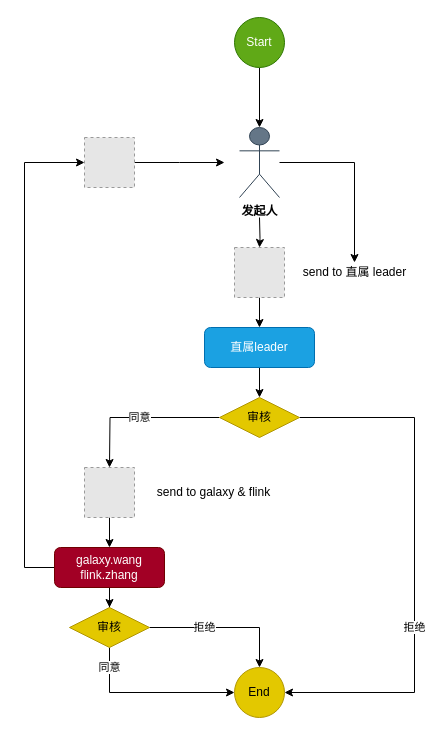
zhangyuanyin/flowchar_public keeps this draw.io diagram as test.drawio. Above is the earlier version. Source tidied: cells renumbered, new cells numbered last; positions are measured from the earlier drawing's top-left corner, leaving out a move shared by most shapes. Both pictures are drawn from the tidied source at 100%, with x=0, y=0 at pixel (24, 17). Pictures stored in the file or linked from it are replaced by grey dashed boxes.
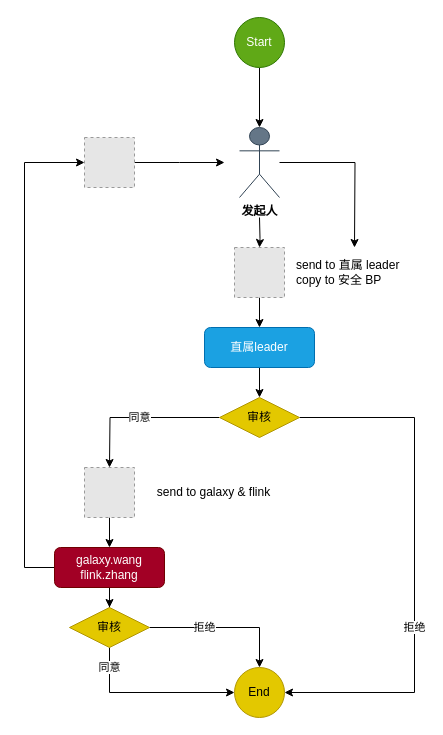
The same diagram, later.

Unchanged cells that the change refers to:
```xml
<mxCell id="7" value="&lt;b&gt;&lt;font color=&quot;#000000&quot;&gt;发起人&lt;/font&gt;&lt;/b&gt;" style="shape=umlActor;verticalLabelPosition=bottom;verticalAlign=top;html=1;outlineConnect=0;fillColor=#647687;fontColor=#ffffff;strokeColor=#314354;" parent="1" vertex="1">
  <mxGeometry x="215" y="110" width="40" height="70" as="geometry" />
</mxCell>
```

The edit, as a diff of the source:
```diff
@@
-    <mxCell id="6" style="edgeStyle=orthogonalEdgeStyle;rounded=0;jettySize=auto;html=1;fontColor=#FFB570;" parent="1" edge="1" source="7" target="15">
-      <mxGeometry relative="1" as="geometry" />
+    <mxCell id="6" style="edgeStyle=orthogonalEdgeStyle;rounded=0;jettySize=auto;html=1;fontColor=#FFB570;" parent="1" edge="1" source="7">
+      <mxGeometry relative="1" as="geometry">
+        <mxPoint x="330" y="230" as="targetPoint" />
+      </mxGeometry>
     </mxCell>
@@
-    <mxCell id="15" value="send to 直属 leader" style="text;html=1;align=center;verticalAlign=middle;points=[];strokeColor=none;fillColor=none;" parent="1" vertex="1">
-      <mxGeometry x="270" y="245" width="120" height="20" as="geometry" />
+    <mxCell id="15" value="send to 直属 leader&lt;br&gt;copy to 安全 BP" style="text;html=1;align=left;verticalAlign=middle;points=[];strokeColor=none;fillColor=none;" parent="1" vertex="1">
+      <mxGeometry x="270" y="240" width="120" height="30" as="geometry" />
     </mxCell>
```
